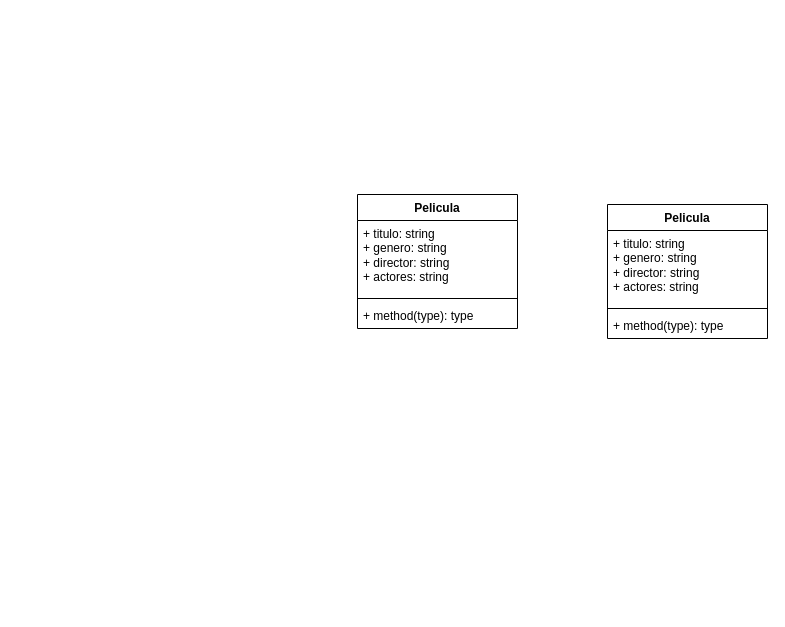
The draw.io diagram page "Diagrama Parcial 2" (2 of 2) of Diagrama sin título.drawio in mjfernandezc/Diagramas, before the edit. Source tidied: cells renumbered, new cells numbered last; positions are measured from the earlier drawing's top-left corner, leaving out a move shared by most shapes. Both pictures are drawn from the tidied source at 100%, with x=0, y=0 at pixel (357, 194).
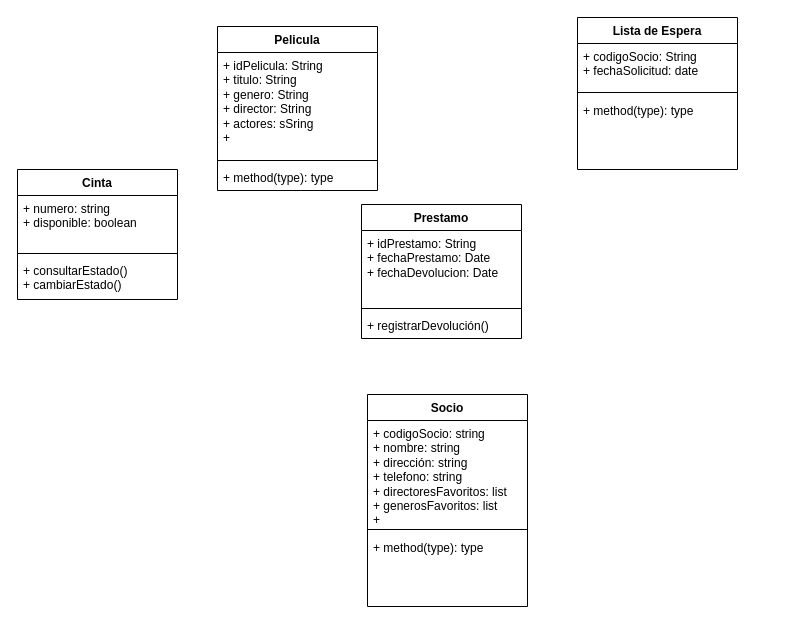
Above is the later version.

Diff of the diagram source:
```diff
@@
     <mxCell id="2" value="Pelicula" style="swimlane;fontStyle=1;align=center;verticalAlign=top;horizontal=1;startSize=26;whiteSpace=wrap;html=1;" parent="1" vertex="1">
-      <mxGeometry width="160" height="134" as="geometry" />
+      <mxGeometry x="-140" y="-168" width="160" height="164" as="geometry" />
     </mxCell>
-    <mxCell id="3" value="+ titulo: string&lt;div&gt;+ genero: string&lt;/div&gt;&lt;div&gt;+ director: string&lt;/div&gt;&lt;div&gt;+ actores: string&lt;/div&gt;" style="text;strokeColor=none;fillColor=none;align=left;verticalAlign=top;spacingLeft=4;spacingRight=4;overflow=hidden;whiteSpace=wrap;html=1;" parent="2" vertex="1">
-      <mxGeometry y="26" width="160" height="74" as="geometry" />
+    <mxCell id="3" value="+ idPelicula: String&lt;br&gt;&lt;div&gt;+ titulo: String&lt;div&gt;+ genero: String&lt;/div&gt;&lt;div&gt;+ director: String&lt;/div&gt;&lt;div&gt;+ actores: sSring&lt;/div&gt;&lt;div&gt;+&lt;/div&gt;&lt;/div&gt;" style="text;strokeColor=none;fillColor=none;align=left;verticalAlign=top;spacingLeft=4;spacingRight=4;overflow=hidden;whiteSpace=wrap;html=1;" parent="2" vertex="1">
+      <mxGeometry y="26" width="160" height="104" as="geometry" />
     </mxCell>
     <mxCell id="4" style="line;strokeWidth=1;fillColor=none;align=left;verticalAlign=middle;spacingTop=-1;spacingLeft=3;spacingRight=3;labelPosition=right;strokeColor=inherit;" parent="2" vertex="1">
-      <mxGeometry y="100" width="160" height="8" as="geometry" />
+      <mxGeometry y="130" width="160" height="8" as="geometry" />
     </mxCell>
     <mxCell id="5" value="+ method(type): type" style="text;strokeColor=none;fillColor=none;align=left;verticalAlign=top;spacingLeft=4;spacingRight=4;overflow=hidden;whiteSpace=wrap;html=1;" parent="2" vertex="1">
-      <mxGeometry y="108" width="160" height="26" as="geometry" />
+      <mxGeometry y="138" width="160" height="26" as="geometry" />
     </mxCell>
-    <mxCell id="6" value="Pelicula" style="swimlane;fontStyle=1;align=center;verticalAlign=top;horizontal=1;startSize=26;whiteSpace=wrap;html=1;" parent="1" vertex="1">
-      <mxGeometry x="250" y="10" width="160" height="134" as="geometry" />
+    <mxCell id="6" value="Cinta" style="swimlane;fontStyle=1;align=center;verticalAlign=top;horizontal=1;startSize=26;whiteSpace=wrap;html=1;" parent="1" vertex="1">
+      <mxGeometry x="-340" y="-25" width="160" height="130" as="geometry" />
     </mxCell>
-    <mxCell id="7" value="+ titulo: string&lt;div&gt;+ genero: string&lt;/div&gt;&lt;div&gt;+ director: string&lt;/div&gt;&lt;div&gt;+ actores: string&lt;/div&gt;" style="text;strokeColor=none;fillColor=none;align=left;verticalAlign=top;spacingLeft=4;spacingRight=4;overflow=hidden;whiteSpace=wrap;html=1;" parent="6" vertex="1">
-      <mxGeometry y="26" width="160" height="74" as="geometry" />
+    <mxCell id="7" value="+ numero: string&lt;div&gt;+ disponible: boolean&lt;/div&gt;" style="text;strokeColor=none;fillColor=none;align=left;verticalAlign=top;spacingLeft=4;spacingRight=4;overflow=hidden;whiteSpace=wrap;html=1;" parent="6" vertex="1">
+      <mxGeometry y="26" width="160" height="54" as="geometry" />
     </mxCell>
     <mxCell id="8" style="line;strokeWidth=1;fillColor=none;align=left;verticalAlign=middle;spacingTop=-1;spacingLeft=3;spacingRight=3;labelPosition=right;strokeColor=inherit;" parent="6" vertex="1">
-      <mxGeometry y="100" width="160" height="8" as="geometry" />
+      <mxGeometry y="80" width="160" height="8" as="geometry" />
     </mxCell>
-    <mxCell id="9" value="+ method(type): type" style="text;strokeColor=none;fillColor=none;align=left;verticalAlign=top;spacingLeft=4;spacingRight=4;overflow=hidden;whiteSpace=wrap;html=1;" parent="6" vertex="1">
-      <mxGeometry y="108" width="160" height="26" as="geometry" />
+    <mxCell id="9" value="+ consultarEstado()&lt;div&gt;+ cambiarEstado()&lt;/div&gt;" style="text;strokeColor=none;fillColor=none;align=left;verticalAlign=top;spacingLeft=4;spacingRight=4;overflow=hidden;whiteSpace=wrap;html=1;" parent="6" vertex="1">
+      <mxGeometry y="88" width="160" height="42" as="geometry" />
     </mxCell>
+    <mxCell id="10" value="Prestamo" style="swimlane;fontStyle=1;align=center;verticalAlign=top;horizontal=1;startSize=26;whiteSpace=wrap;html=1;" parent="1" vertex="1">
+      <mxGeometry x="4" y="10" width="160" height="134" as="geometry" />
+    </mxCell>
+    <mxCell id="11" value="+ idPrestamo: String&lt;div&gt;+ fechaPrestamo: Date&lt;div&gt;+ fechaDevolucion: Date&lt;/div&gt;&lt;div&gt;&lt;br&gt;&lt;/div&gt;&lt;/div&gt;" style="text;strokeColor=none;fillColor=none;align=left;verticalAlign=top;spacingLeft=4;spacingRight=4;overflow=hidden;whiteSpace=wrap;html=1;" parent="10" vertex="1">
+      <mxGeometry y="26" width="160" height="74" as="geometry" />
+    </mxCell>
+    <mxCell id="12" style="line;strokeWidth=1;fillColor=none;align=left;verticalAlign=middle;spacingTop=-1;spacingLeft=3;spacingRight=3;labelPosition=right;strokeColor=inherit;" parent="10" vertex="1">
+      <mxGeometry y="100" width="160" height="8" as="geometry" />
+    </mxCell>
+    <mxCell id="13" value="+ registrarDevolución()" style="text;strokeColor=none;fillColor=none;align=left;verticalAlign=top;spacingLeft=4;spacingRight=4;overflow=hidden;whiteSpace=wrap;html=1;" parent="10" vertex="1">
+      <mxGeometry y="108" width="160" height="26" as="geometry" />
+    </mxCell>
+    <mxCell id="14" value="Socio" style="swimlane;fontStyle=1;align=center;verticalAlign=top;horizontal=1;startSize=26;whiteSpace=wrap;html=1;" parent="1" vertex="1">
+      <mxGeometry x="10" y="200" width="160" height="212" as="geometry" />
+    </mxCell>
+    <mxCell id="15" value="+ codigoSocio: string&lt;div&gt;+ nombre: string&lt;/div&gt;&lt;div&gt;+ dirección: string&lt;/div&gt;&lt;div&gt;+ telefono: string&lt;/div&gt;&lt;div&gt;+ directoresFavoritos: list&lt;/div&gt;&lt;div&gt;+ generosFavoritos: list&lt;/div&gt;&lt;div&gt;+&lt;/div&gt;" style="text;strokeColor=none;fillColor=none;align=left;verticalAlign=top;spacingLeft=4;spacingRight=4;overflow=hidden;whiteSpace=wrap;html=1;" parent="14" vertex="1">
+      <mxGeometry y="26" width="160" height="104" as="geometry" />
+    </mxCell>
+    <mxCell id="16" style="line;strokeWidth=1;fillColor=none;align=left;verticalAlign=middle;spacingTop=-1;spacingLeft=3;spacingRight=3;labelPosition=right;strokeColor=inherit;" parent="14" vertex="1">
+      <mxGeometry y="130" width="160" height="10" as="geometry" />
+    </mxCell>
+    <mxCell id="17" value="+ method(type): type" style="text;strokeColor=none;fillColor=none;align=left;verticalAlign=top;spacingLeft=4;spacingRight=4;overflow=hidden;whiteSpace=wrap;html=1;" parent="14" vertex="1">
+      <mxGeometry y="140" width="160" height="72" as="geometry" />
+    </mxCell>
+    <mxCell id="18" value="Lista de Espera" style="swimlane;fontStyle=1;align=center;verticalAlign=top;horizontal=1;startSize=26;whiteSpace=wrap;html=1;" parent="1" vertex="1">
+      <mxGeometry x="220" y="-177" width="160" height="152" as="geometry" />
+    </mxCell>
+    <mxCell id="19" value="+ codigoSocio: String&lt;div&gt;+ fechaSolicitud: date&lt;/div&gt;" style="text;strokeColor=none;fillColor=none;align=left;verticalAlign=top;spacingLeft=4;spacingRight=4;overflow=hidden;whiteSpace=wrap;html=1;" parent="18" vertex="1">
+      <mxGeometry y="26" width="160" height="44" as="geometry" />
+    </mxCell>
+    <mxCell id="20" style="line;strokeWidth=1;fillColor=none;align=left;verticalAlign=middle;spacingTop=-1;spacingLeft=3;spacingRight=3;labelPosition=right;strokeColor=inherit;" parent="18" vertex="1">
+      <mxGeometry y="70" width="160" height="10" as="geometry" />
+    </mxCell>
+    <mxCell id="21" value="+ method(type): type" style="text;strokeColor=none;fillColor=none;align=left;verticalAlign=top;spacingLeft=4;spacingRight=4;overflow=hidden;whiteSpace=wrap;html=1;" parent="18" vertex="1">
+      <mxGeometry y="80" width="160" height="72" as="geometry" />
+    </mxCell>
```
